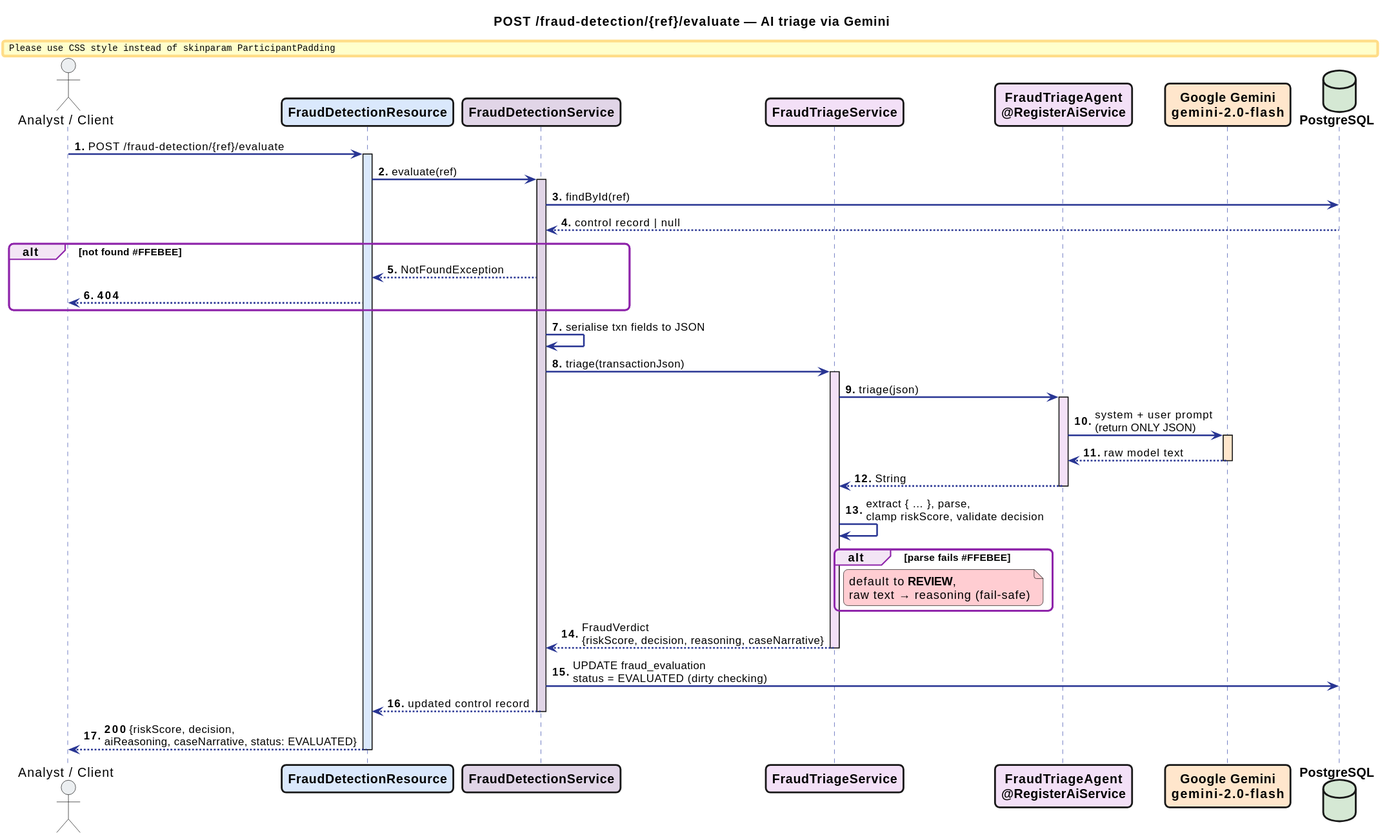
Before: docs/sequence/rendered/evaluate.svg, a diagram exported from PlantUML (ksktechai/bian-fraud-detection).
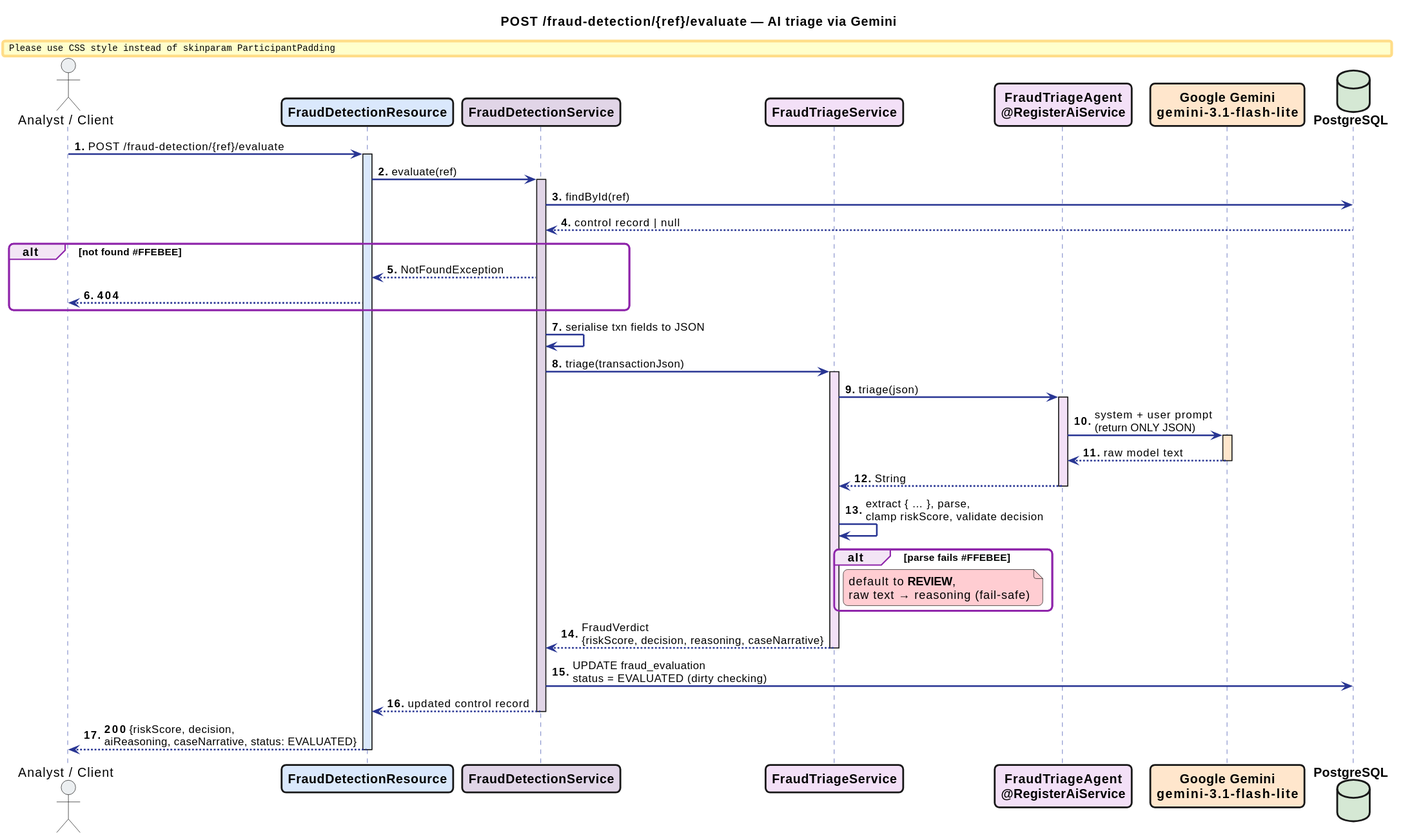
After the commit.

Commit message:
Default to gemini-3.1-flash-lite (free tier) + LLM-failure resilience

Diff of the diagram source:
```diff
@@ -32,7 +32,7 @@
 participant "FraudDetectionService" as SVC #e1d5e7
 participant "FraudTriageService" as TRIAGE #f3e0f7
 participant "FraudTriageAgent\n@RegisterAiService" as AGENT #f3e0f7
-participant "Google Gemini\ngemini-2.0-flash" as LLM #ffe6cc
+participant "Google Gemini\ngemini-3.1-flash-lite" as LLM #ffe6cc
 database "PostgreSQL" as DB #d5e8d4
 
 autonumber "<b>0."
```
